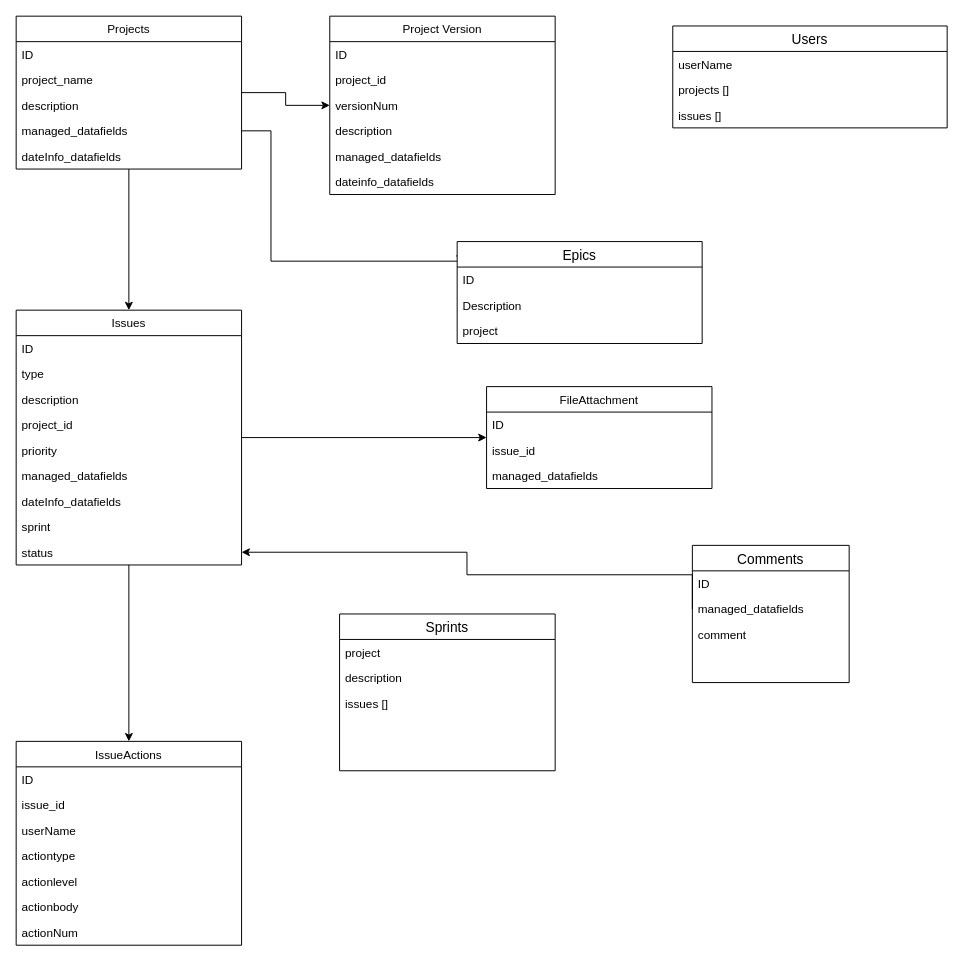
This is diagram/dbDiagram.drawio from ozgurkadir/sap-cap-bug-story, a draw.io file, before an edit. Source tidied: cells renumbered, new cells numbered last; positions are measured from the earlier drawing's top-left corner, leaving out a move shared by most shapes. Both pictures are drawn from the tidied source at 98%, with x=0, y=0 at pixel (16, 16).
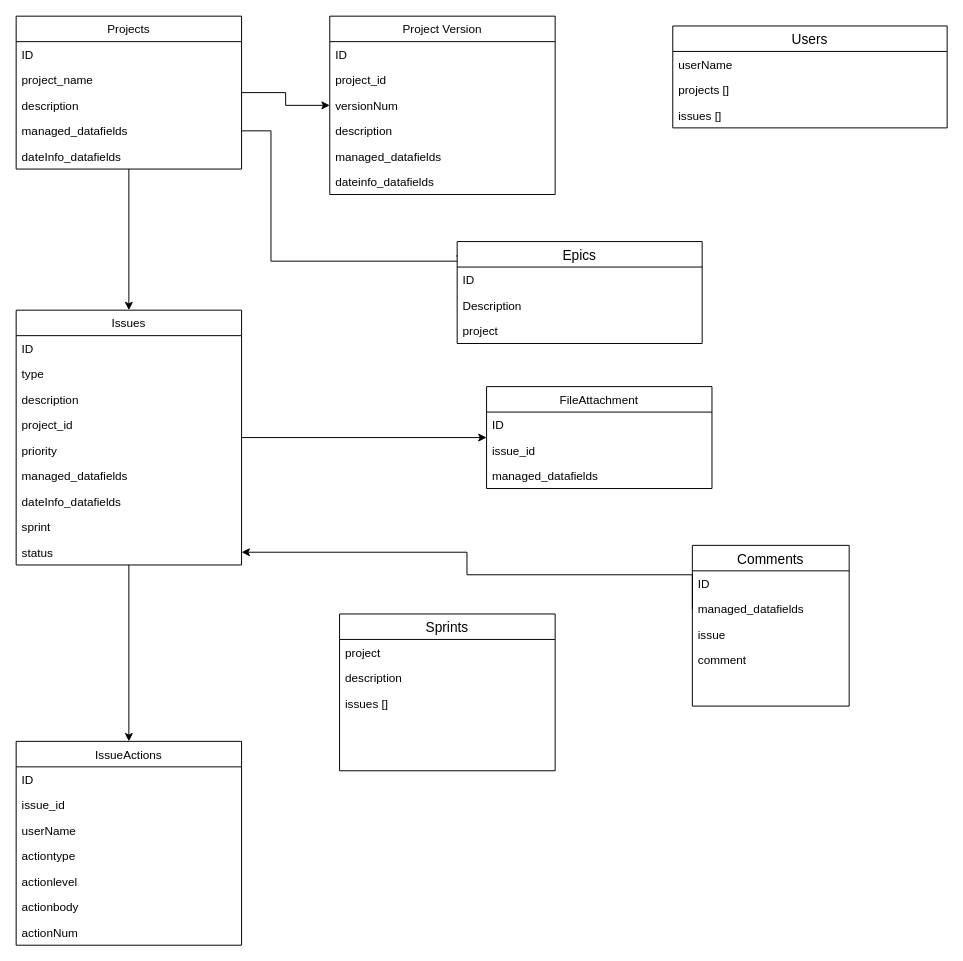
The same diagram, later.

Change to the diagram source:
```diff
@@
     <mxCell id="46" value="Comments" style="swimlane;fontStyle=0;horizontal=1;startSize=26;align=center;fontSize=14;" parent="1" vertex="1">
-      <mxGeometry x="690" y="540" width="160" height="140" as="geometry" />
+      <mxGeometry x="690" y="540" width="160" height="164" as="geometry" />
     </mxCell>
@@
+    <mxCell id="59" value="issue" style="text;strokeColor=none;fillColor=none;spacingLeft=4;spacingRight=4;overflow=hidden;fontSize=12;" parent="46" vertex="1">
+      <mxGeometry y="78" width="160" height="26" as="geometry" />
+    </mxCell>
     <mxCell id="49" value="comment" style="text;strokeColor=none;fillColor=none;spacingLeft=4;spacingRight=4;overflow=hidden;fontSize=12;" parent="46" vertex="1">
-      <mxGeometry y="78" width="160" height="62" as="geometry" />
+      <mxGeometry y="104" width="160" height="60" as="geometry" />
     </mxCell>
```
